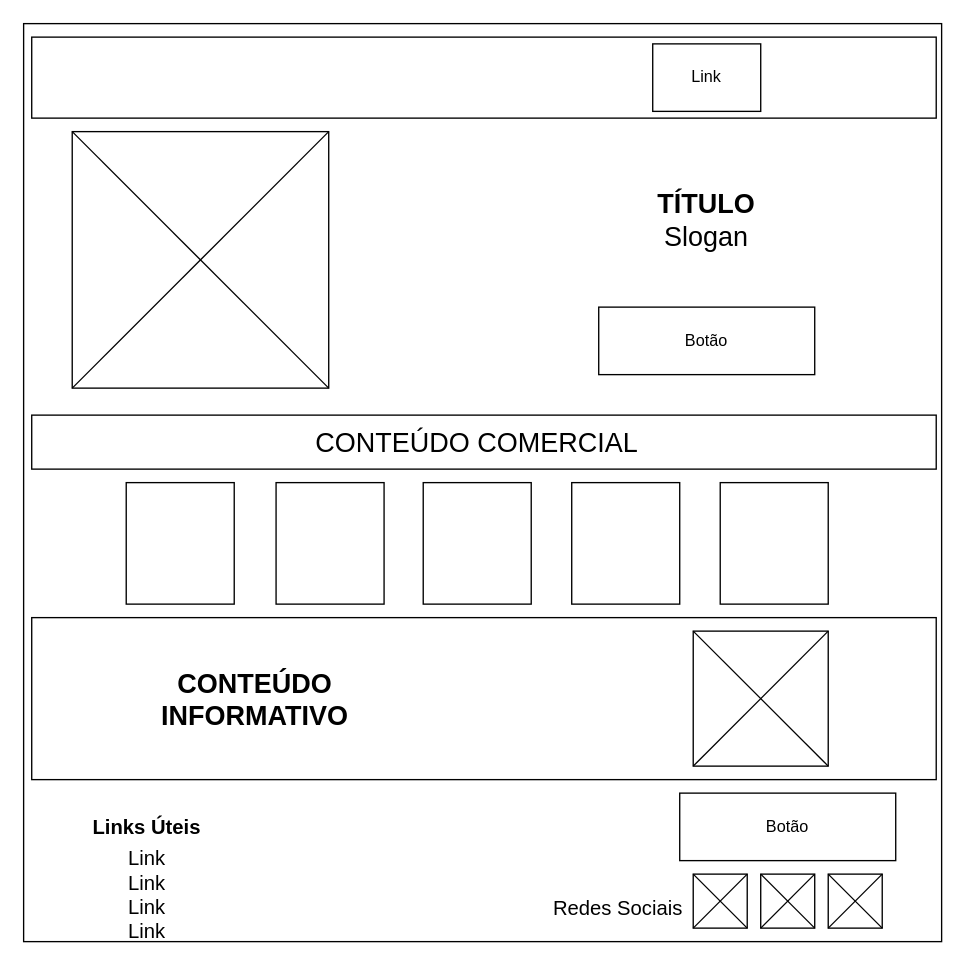
Earlier version of the draw.io diagram RAFE_04_SA1.drawio (DanielleMauro1991/UC_9_Atividade_04_SA1). Source tidied: cells renumbered, new cells numbered last; positions are measured from the earlier drawing's top-left corner, leaving out a move shared by most shapes. Both pictures are drawn from the tidied source at 135%, with x=0, y=0 at pixel (23, 23).
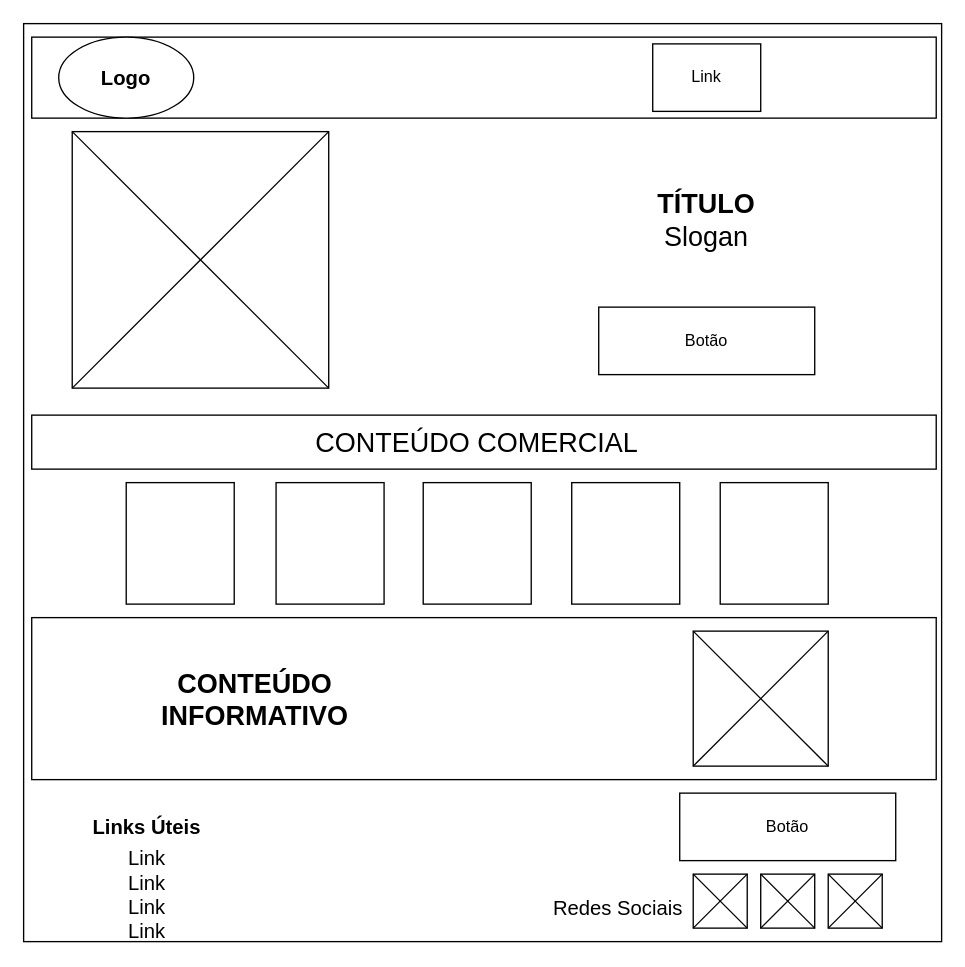
The same diagram, later.

Commit message:
Alteração rafe2

What changed in the source:
```diff
@@
+    <mxCell id="35" value="&lt;b&gt;Logo&lt;/b&gt;" style="ellipse;whiteSpace=wrap;html=1;fontSize=15;" parent="1" vertex="1">
+      <mxGeometry x="26" y="10" width="100" height="60" as="geometry" />
+    </mxCell>
```
